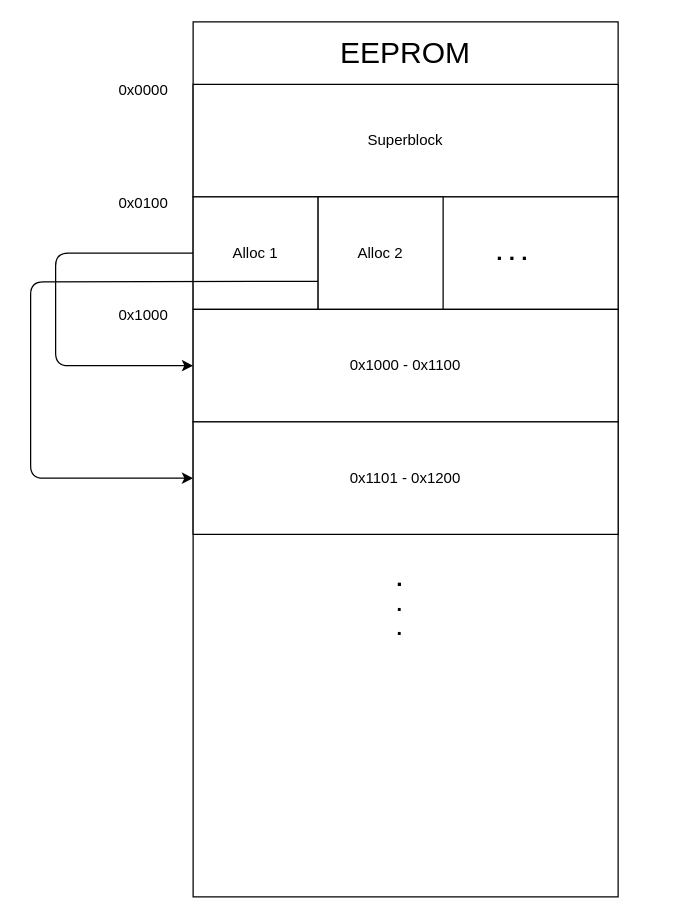
This is mem_alloc.drawio from PedroFerrariBarbosa202/EEPROMFileSystem, a draw.io file, before an edit. Source tidied: cells renumbered, new cells numbered last; positions are measured from the earlier drawing's top-left corner, leaving out a move shared by most shapes. Both pictures are drawn from the tidied source at 125%, with x=0, y=0 at pixel (30, 21).
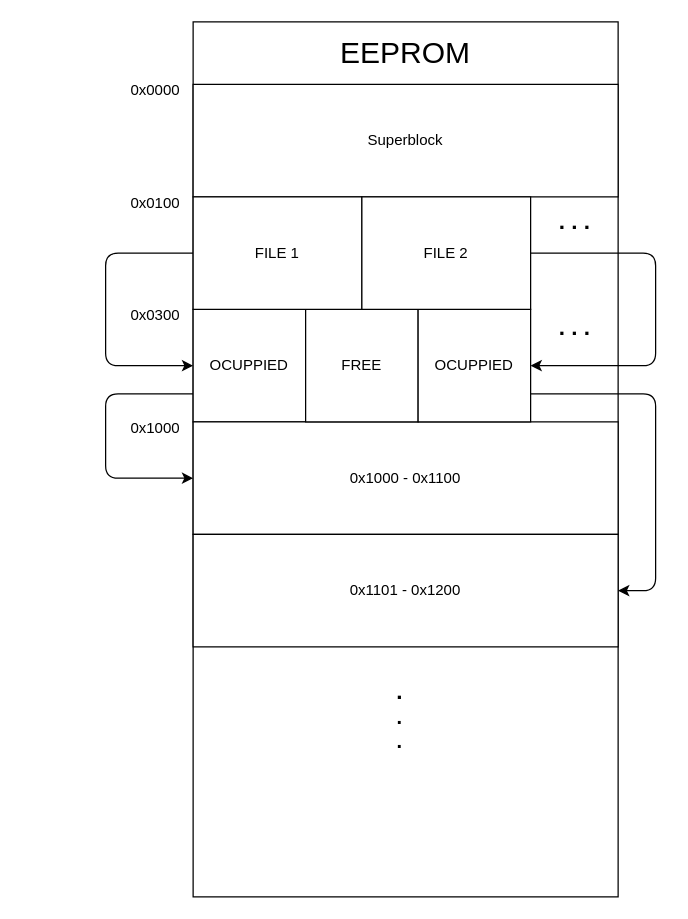
The same diagram, later.

What changed in the source:
```diff
@@
-<mxGraphModel>
+<mxGraphModel background="light-dark(#FFFFFF,#121212)">
@@
-    <mxCell id="5" style="rounded=0;whiteSpace=wrap;html=1;" parent="1" vertex="1">
-      <mxGeometry x="200" y="140" width="270" height="90" as="geometry" />
-    </mxCell>
-    <mxCell id="6" style="edgeStyle=none;html=1;exitX=0;exitY=0.5;exitDx=0;exitDy=0;entryX=0;entryY=0.5;entryDx=0;entryDy=0;" parent="1" edge="1" source="7" target="13">
+    <mxCell id="6" style="edgeStyle=none;html=1;exitX=0;exitY=0.75;exitDx=0;exitDy=0;entryX=0;entryY=0.5;entryDx=0;entryDy=0;" parent="1" edge="1" source="7" target="13">
       <mxGeometry relative="1" as="geometry">
         <Array as="points">
-          <mxPoint x="20" y="185" />
-          <mxPoint x="20" y="230" />
-          <mxPoint x="20" y="275" />
+          <mxPoint x="60" y="297.5" />
+          <mxPoint x="60" y="365" />
         </Array>
       </mxGeometry>
     </mxCell>
-    <mxCell id="7" value="Alloc 1" style="rounded=0;whiteSpace=wrap;html=1;" parent="1" vertex="1">
-      <mxGeometry x="130" y="140" width="100" height="90" as="geometry" />
+    <mxCell id="7" value="OCUPPIED" style="rounded=0;whiteSpace=wrap;html=1;" parent="1" vertex="1">
+      <mxGeometry x="130" y="230" width="90" height="90" as="geometry" />
     </mxCell>
-    <mxCell id="8" style="edgeStyle=none;html=1;exitX=0;exitY=0.75;exitDx=0;exitDy=0;entryX=0;entryY=0.5;entryDx=0;entryDy=0;" parent="1" edge="1" source="9" target="14">
-      <mxGeometry relative="1" as="geometry">
-        <Array as="points">
-          <mxPoint y="208" />
-          <mxPoint y="365" />
-        </Array>
-      </mxGeometry>
-    </mxCell>
-    <mxCell id="9" value="Alloc 2" style="rounded=0;whiteSpace=wrap;html=1;" parent="1" vertex="1">
-      <mxGeometry x="230" y="140" width="100" height="90" as="geometry" />
-    </mxCell>
-    <mxCell id="10" value="0x0100" style="text;html=1;align=center;verticalAlign=middle;strokeColor=none;fillColor=none;" parent="1" vertex="1">
-      <mxGeometry x="60" y="130" width="60" height="30" as="geometry" />
-    </mxCell>
-    <mxCell id="11" value="0x1000" style="text;html=1;align=center;verticalAlign=middle;strokeColor=none;fillColor=none;" parent="1" vertex="1">
-      <mxGeometry x="60" y="220" width="60" height="30" as="geometry" />
-    </mxCell>
-    <mxCell id="12" value="0x0000" style="text;html=1;align=center;verticalAlign=middle;strokeColor=none;fillColor=none;" parent="1" vertex="1">
-      <mxGeometry x="60" y="40" width="60" height="30" as="geometry" />
-    </mxCell>
     <mxCell id="13" value="0x1000 - 0x1100" style="rounded=0;whiteSpace=wrap;html=1;" parent="1" vertex="1">
-      <mxGeometry x="130" y="230" width="340" height="90" as="geometry" />
+      <mxGeometry x="130" y="320" width="340" height="90" as="geometry" />
     </mxCell>
     <mxCell id="14" value="0x1101 - 0x1200" style="rounded=0;whiteSpace=wrap;html=1;" parent="1" vertex="1">
-      <mxGeometry x="130" y="320" width="340" height="90" as="geometry" />
+      <mxGeometry x="130" y="410" width="340" height="90" as="geometry" />
     </mxCell>
     <mxCell id="15" value="&lt;b&gt;&lt;font style=&quot;font-size: 18px;&quot;&gt;.&lt;/font&gt;&lt;/b&gt;&lt;div&gt;&lt;b&gt;&lt;font size=&quot;3&quot;&gt;.&lt;/font&gt;&lt;/b&gt;&lt;/div&gt;&lt;div&gt;&lt;b&gt;&lt;font size=&quot;3&quot;&gt;.&lt;/font&gt;&lt;/b&gt;&lt;/div&gt;" style="text;html=1;align=center;verticalAlign=middle;strokeColor=none;fillColor=none;" parent="1" vertex="1">
-      <mxGeometry x="280" y="430" width="30" height="70" as="geometry" />
+      <mxGeometry x="280" y="520" width="30" height="70" as="geometry" />
     </mxCell>
     <mxCell id="16" value="&lt;span style=&quot;font-size: 18px;&quot;&gt;&lt;b&gt;. . .&lt;/b&gt;&lt;/span&gt;" style="text;html=1;align=center;verticalAlign=middle;strokeColor=none;fillColor=none;" parent="1" vertex="1">
-      <mxGeometry x="360" y="165" width="50" height="40" as="geometry" />
+      <mxGeometry x="410" y="225" width="50" height="40" as="geometry" />
     </mxCell>
+    <mxCell id="17" value="FREE" style="rounded=0;whiteSpace=wrap;html=1;" parent="1" vertex="1">
+      <mxGeometry x="220" y="230" width="90" height="90" as="geometry" />
+    </mxCell>
+    <mxCell id="18" style="edgeStyle=none;html=1;exitX=1;exitY=0.75;exitDx=0;exitDy=0;entryX=1;entryY=0.5;entryDx=0;entryDy=0;" parent="1" edge="1" source="19" target="14">
+      <mxGeometry relative="1" as="geometry">
+        <Array as="points">
+          <mxPoint x="500" y="297.5" />
+          <mxPoint x="500" y="455" />
+        </Array>
+      </mxGeometry>
+    </mxCell>
+    <mxCell id="19" value="OCUPPIED" style="rounded=0;whiteSpace=wrap;html=1;" parent="1" vertex="1">
+      <mxGeometry x="310" y="230" width="90" height="90" as="geometry" />
+    </mxCell>
+    <mxCell id="20" style="edgeStyle=none;html=1;exitX=0;exitY=0.5;exitDx=0;exitDy=0;entryX=0;entryY=0.5;entryDx=0;entryDy=0;" parent="1" edge="1" source="21" target="7">
+      <mxGeometry relative="1" as="geometry">
+        <Array as="points">
+          <mxPoint x="60" y="185" />
+          <mxPoint x="60" y="275" />
+        </Array>
+      </mxGeometry>
+    </mxCell>
+    <mxCell id="21" value="FILE 1" style="rounded=0;whiteSpace=wrap;html=1;" parent="1" vertex="1">
+      <mxGeometry x="130" y="140" width="135" height="90" as="geometry" />
+    </mxCell>
+    <mxCell id="22" style="edgeStyle=none;html=1;exitX=1;exitY=0.5;exitDx=0;exitDy=0;entryX=1;entryY=0.5;entryDx=0;entryDy=0;" parent="1" edge="1" source="23" target="19">
+      <mxGeometry relative="1" as="geometry">
+        <Array as="points">
+          <mxPoint x="500" y="185" />
+          <mxPoint x="500" y="275" />
+        </Array>
+      </mxGeometry>
+    </mxCell>
+    <mxCell id="23" value="FILE 2" style="rounded=0;whiteSpace=wrap;html=1;" parent="1" vertex="1">
+      <mxGeometry x="265" y="140" width="135" height="90" as="geometry" />
+    </mxCell>
+    <mxCell id="24" value="&lt;span style=&quot;font-size: 18px;&quot;&gt;&lt;b&gt;. . .&lt;/b&gt;&lt;/span&gt;" style="text;html=1;align=center;verticalAlign=middle;strokeColor=none;fillColor=none;" parent="1" vertex="1">
+      <mxGeometry x="410" y="140" width="50" height="40" as="geometry" />
+    </mxCell>
+    <mxCell id="12" value="0x0000" style="text;html=1;whiteSpace=wrap;strokeColor=none;fillColor=none;align=center;verticalAlign=middle;rounded=0;" parent="1" vertex="1">
+      <mxGeometry x="70" y="40" width="60" height="30" as="geometry" />
+    </mxCell>
+    <mxCell id="10" value="0x0100" style="text;html=1;whiteSpace=wrap;strokeColor=none;fillColor=none;align=center;verticalAlign=middle;rounded=0;" parent="1" vertex="1">
+      <mxGeometry x="70" y="130" width="60" height="30" as="geometry" />
+    </mxCell>
+    <mxCell id="25" value="0x0300" style="text;html=1;whiteSpace=wrap;strokeColor=none;fillColor=none;align=center;verticalAlign=middle;rounded=0;" parent="1" vertex="1">
+      <mxGeometry x="70" y="220" width="60" height="30" as="geometry" />
+    </mxCell>
+    <mxCell id="11" value="0x1000" style="text;html=1;whiteSpace=wrap;strokeColor=none;fillColor=none;align=center;verticalAlign=middle;rounded=0;" parent="1" vertex="1">
+      <mxGeometry x="70" y="310" width="60" height="30" as="geometry" />
+    </mxCell>
```
